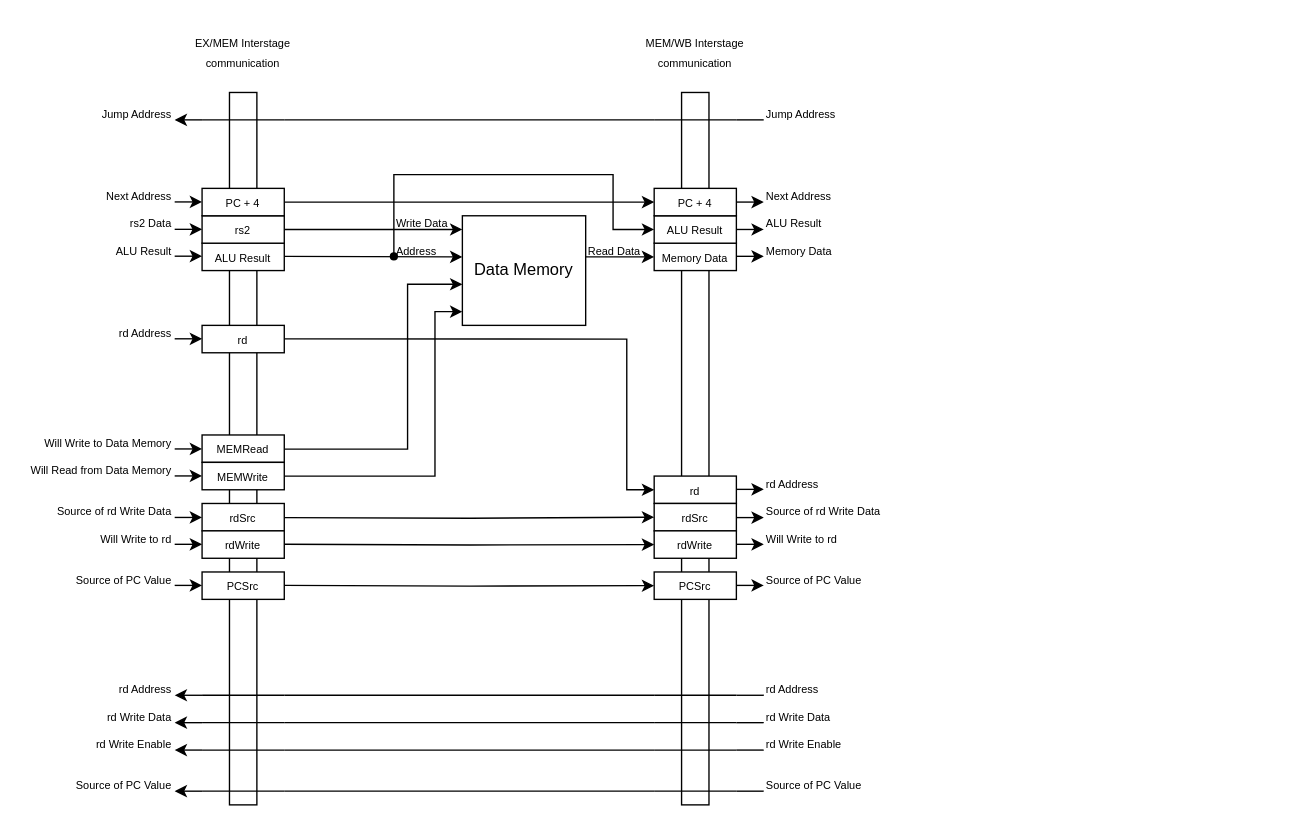
Above: page "Memory stage" (5 of 6) of docs/imgs/microarchitecture/datapath.drawio in WachirawichN/C0-CPU (draw.io), before the change. Source tidied: cells renumbered, new cells numbered last; positions are measured from the earlier drawing's top-left corner, leaving out a move shared by most shapes. Both pictures are drawn from the tidied source at 137%, with x=0, y=0 at pixel (23, 23).
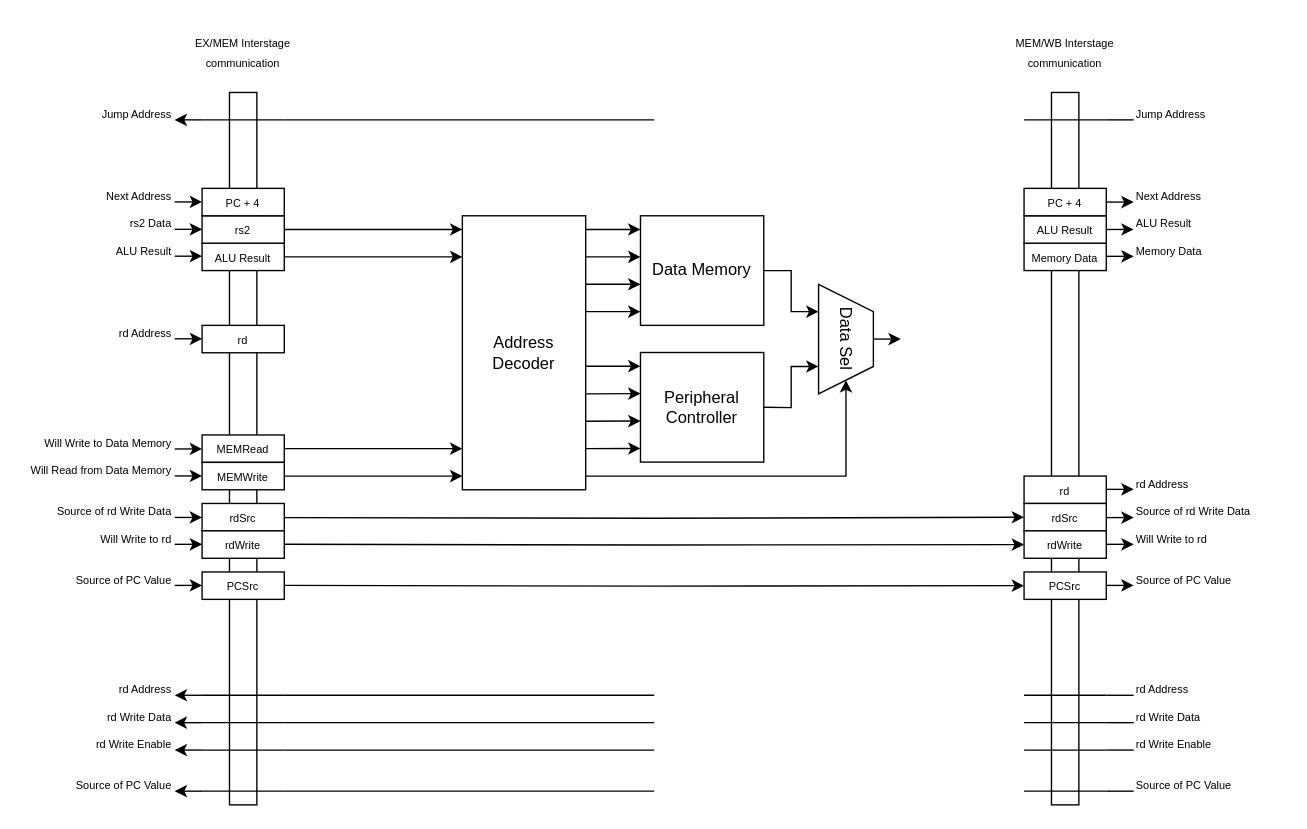
Above is the later version.

Commit message (it also covers changes not shown here):
Fix a total of 1 typo.

Unchanged cells that the change refers to:
```xml
<mxCell id="38" value="&lt;font style=&quot;font-size: 8px;&quot;&gt;ALU Result&lt;/font&gt;" style="rounded=0;whiteSpace=wrap;html=1;strokeColor=light-dark(#000000,#FFFFFF);fillColor=light-dark(#FFFFFF,#000000);" parent="30" vertex="1">
  <mxGeometry x="10" y="160" width="60" height="20" as="geometry" />
</mxCell>
<mxCell id="39" value="&lt;font style=&quot;font-size: 8px;&quot;&gt;rs2&lt;/font&gt;" style="rounded=0;whiteSpace=wrap;html=1;strokeColor=light-dark(#000000,#FFFFFF);fillColor=light-dark(#FFFFFF,#000000);" parent="30" vertex="1">
  <mxGeometry x="10" y="140" width="60" height="20" as="geometry" />
</mxCell>
<mxCell id="40" value="&lt;font style=&quot;font-size: 8px;&quot;&gt;PC + 4&lt;/font&gt;" style="rounded=0;whiteSpace=wrap;html=1;strokeColor=light-dark(#000000,#FFFFFF);fillColor=light-dark(#FFFFFF,#000000);" parent="30" vertex="1">
  <mxGeometry x="10" y="120" width="60" height="20" as="geometry" />
</mxCell>
<mxCell id="43" value="&lt;font style=&quot;font-size: 8px;&quot;&gt;MEMWrite&lt;/font&gt;" style="rounded=0;whiteSpace=wrap;html=1;strokeColor=light-dark(#000000,#FFFFFF);fillColor=light-dark(#FFFFFF,#000000);" parent="30" vertex="1">
  <mxGeometry x="10" y="320" width="60" height="20" as="geometry" />
</mxCell>
<mxCell id="100" value="&lt;font style=&quot;font-size: 8px;&quot;&gt;rd&lt;/font&gt;" style="rounded=0;whiteSpace=wrap;html=1;strokeColor=light-dark(#000000,#FFFFFF);fillColor=light-dark(#FFFFFF,#000000);" parent="89" vertex="1">
  <mxGeometry x="10" y="330" width="60" height="20" as="geometry" />
</mxCell>
```

The edit, as a diff of the source:
```diff
@@
-    <mxCell id="2" style="endArrow=classic;html=1;rounded=0;exitX=1;exitY=0.5;exitDx=0;exitDy=0;" parent="1" edge="1" source="40">
-      <mxGeometry relative="1" as="geometry">
-        <mxPoint x="460" y="130" as="targetPoint" />
-      </mxGeometry>
-    </mxCell>
-    <mxCell id="3" style="endArrow=classic;html=1;rounded=0;exitX=1;exitY=0.5;exitDx=0;exitDy=0;entryX=0;entryY=0.125;entryDx=0;entryDy=0;entryPerimeter=0;" parent="1" edge="1" target="56">
-      <mxGeometry relative="1" as="geometry">
-        <mxPoint x="190" y="150" as="sourcePoint" />
-      </mxGeometry>
-    </mxCell>
-    <mxCell id="4" style="endArrow=classic;html=1;rounded=0;exitX=1;exitY=0.5;exitDx=0;exitDy=0;" parent="1" edge="1">
-      <mxGeometry relative="1" as="geometry">
-        <mxPoint x="190" y="169.6" as="sourcePoint" />
-        <mxPoint x="320" y="170" as="targetPoint" />
-      </mxGeometry>
-    </mxCell>
-    <mxCell id="5" style="endArrow=classic;html=1;rounded=0;exitX=1;exitY=0.5;exitDx=0;exitDy=0;entryX=0;entryY=0.5;entryDx=0;entryDy=0;" parent="1" edge="1" target="100">
-      <mxGeometry relative="1" as="geometry">
-        <mxPoint x="190" y="229.9" as="sourcePoint" />
-        <Array as="points">
-          <mxPoint x="440" y="230" />
-          <mxPoint x="440" y="340" />
-        </Array>
-      </mxGeometry>
-    </mxCell>
@@
-    <mxCell id="10" style="edgeStyle=orthogonalEdgeStyle;rounded=0;orthogonalLoop=1;jettySize=auto;html=1;" parent="1" edge="1">
-      <mxGeometry relative="1" as="geometry">
-        <mxPoint x="190" y="330" as="sourcePoint" />
-        <mxPoint x="320" y="210" as="targetPoint" />
-        <Array as="points">
-          <mxPoint x="300" y="330" />
-          <mxPoint x="300" y="210" />
-        </Array>
-      </mxGeometry>
-    </mxCell>
@@
-    <mxCell id="12" style="edgeStyle=orthogonalEdgeStyle;rounded=0;jettySize=auto;html=1;entryX=0;entryY=0.625;entryDx=0;entryDy=0;entryPerimeter=0;" parent="1" edge="1" target="56">
-      <mxGeometry relative="1" as="geometry">
-        <mxPoint x="190" y="310.3" as="sourcePoint" />
-        <Array as="points">
-          <mxPoint x="280" y="310.3" />
-          <mxPoint x="280" y="190" />
-        </Array>
-      </mxGeometry>
-    </mxCell>
@@
-    <mxCell id="56" value="Data Memory" style="rounded=0;whiteSpace=wrap;html=1;fillColor=light-dark(#FFFFFF,#000000);" parent="1" vertex="1">
-      <mxGeometry x="320" y="140" width="90" height="80" as="geometry" />
-    </mxCell>
-    <mxCell id="57" style="shape=waypoint;sketch=0;fillStyle=solid;size=6;points=[];fillColor=none;perimeter=centerPerimeter;snapToPoint=1;" parent="1" vertex="1">
-      <mxGeometry x="260" y="159.7" width="20" height="20" as="geometry" />
-    </mxCell>
-    <mxCell id="58" style="endArrow=classic;html=1;rounded=0;exitX=1;exitY=0.375;exitDx=0;exitDy=0;exitPerimeter=0;" parent="1" edge="1" source="56">
-      <mxGeometry relative="1" as="geometry">
-        <mxPoint x="460" y="170" as="targetPoint" />
-      </mxGeometry>
-    </mxCell>
-    <mxCell id="59" style="endArrow=classic;html=1;rounded=0;" parent="1" edge="1" source="57">
-      <mxGeometry relative="1" as="geometry">
-        <mxPoint x="460" y="150" as="targetPoint" />
-        <Array as="points">
-          <mxPoint x="270" y="110" />
-          <mxPoint x="430" y="110" />
-          <mxPoint x="430" y="150" />
-        </Array>
-      </mxGeometry>
-    </mxCell>
     <mxCell id="60" style="endArrow=none;html=1;rounded=0;" parent="1" edge="1">
       <mxGeometry relative="1" as="geometry">
-        <mxPoint x="520" y="560" as="sourcePoint" />
-        <mxPoint x="540" y="560" as="targetPoint" />
+        <mxPoint x="790" y="560" as="sourcePoint" />
+        <mxPoint x="810" y="560" as="targetPoint" />
       </mxGeometry>
     </mxCell>
     <mxCell id="61" style="endArrow=none;html=1;rounded=0;" parent="1" edge="1">
       <mxGeometry relative="1" as="geometry">
-        <mxPoint x="520" y="530" as="sourcePoint" />
-        <mxPoint x="540" y="530" as="targetPoint" />
+        <mxPoint x="790" y="530" as="sourcePoint" />
+        <mxPoint x="810" y="530" as="targetPoint" />
       </mxGeometry>
     </mxCell>
     <mxCell id="62" style="endArrow=none;html=1;rounded=0;" parent="1" edge="1">
       <mxGeometry relative="1" as="geometry">
-        <mxPoint x="520" y="510" as="sourcePoint" />
-        <mxPoint x="540" y="510" as="targetPoint" />
+        <mxPoint x="790" y="510" as="sourcePoint" />
+        <mxPoint x="810" y="510" as="targetPoint" />
       </mxGeometry>
     </mxCell>
     <mxCell id="63" style="endArrow=none;html=1;rounded=0;" parent="1" edge="1">
       <mxGeometry relative="1" as="geometry">
-        <mxPoint x="520" y="490" as="sourcePoint" />
-        <mxPoint x="540" y="490" as="targetPoint" />
+        <mxPoint x="790" y="490" as="sourcePoint" />
+        <mxPoint x="810" y="490" as="targetPoint" />
       </mxGeometry>
     </mxCell>
     <mxCell id="64" style="endArrow=none;html=1;rounded=0;" parent="1" edge="1">
       <mxGeometry relative="1" as="geometry">
-        <mxPoint x="520" y="70" as="sourcePoint" />
-        <mxPoint x="540" y="70" as="targetPoint" />
+        <mxPoint x="790" y="70" as="sourcePoint" />
+        <mxPoint x="810" y="70" as="targetPoint" />
       </mxGeometry>
     </mxCell>
     <mxCell id="65" style="endArrow=classic;html=1;rounded=0;exitX=1;exitY=0.5;exitDx=0;exitDy=0;" parent="1" edge="1">
       <mxGeometry relative="1" as="geometry">
-        <mxPoint x="520" y="130" as="sourcePoint" />
-        <mxPoint x="540" y="130" as="targetPoint" />
+        <mxPoint x="790" y="130" as="sourcePoint" />
+        <mxPoint x="810" y="130" as="targetPoint" />
       </mxGeometry>
     </mxCell>
     <mxCell id="66" style="endArrow=classic;html=1;rounded=0;exitX=1;exitY=0.5;exitDx=0;exitDy=0;" parent="1" edge="1">
       <mxGeometry relative="1" as="geometry">
-        <mxPoint x="520" y="150" as="sourcePoint" />
-        <mxPoint x="540" y="150" as="targetPoint" />
+        <mxPoint x="790" y="150" as="sourcePoint" />
+        <mxPoint x="810" y="150" as="targetPoint" />
       </mxGeometry>
     </mxCell>
     <mxCell id="67" style="endArrow=classic;html=1;rounded=0;exitX=1;exitY=0.5;exitDx=0;exitDy=0;" parent="1" edge="1">
       <mxGeometry relative="1" as="geometry">
-        <mxPoint x="520" y="169.6" as="sourcePoint" />
-        <mxPoint x="540" y="169.6" as="targetPoint" />
+        <mxPoint x="790" y="169.6" as="sourcePoint" />
+        <mxPoint x="810" y="169.6" as="targetPoint" />
       </mxGeometry>
     </mxCell>
     <mxCell id="68" style="endArrow=classic;html=1;rounded=0;exitX=1;exitY=0.5;exitDx=0;exitDy=0;" parent="1" edge="1">
       <mxGeometry relative="1" as="geometry">
-        <mxPoint x="520" y="339.7" as="sourcePoint" />
-        <mxPoint x="540" y="339.7" as="targetPoint" />
+        <mxPoint x="790" y="339.7" as="sourcePoint" />
+        <mxPoint x="810" y="339.7" as="targetPoint" />
       </mxGeometry>
     </mxCell>
     <mxCell id="69" style="edgeStyle=orthogonalEdgeStyle;rounded=0;orthogonalLoop=1;jettySize=auto;html=1;entryX=0;entryY=1;entryDx=0;entryDy=0;" parent="1" edge="1">
       <mxGeometry relative="1" as="geometry">
-        <mxPoint x="520" y="360.3" as="sourcePoint" />
-        <mxPoint x="540" y="360.6" as="targetPoint" />
+        <mxPoint x="790" y="360.3" as="sourcePoint" />
+        <mxPoint x="810" y="360.6" as="targetPoint" />
       </mxGeometry>
     </mxCell>
     <mxCell id="70" style="edgeStyle=orthogonalEdgeStyle;rounded=0;orthogonalLoop=1;jettySize=auto;html=1;entryX=0;entryY=1;entryDx=0;entryDy=0;" parent="1" edge="1">
       <mxGeometry relative="1" as="geometry">
-        <mxPoint x="520" y="379.8" as="sourcePoint" />
-        <mxPoint x="540" y="380.1" as="targetPoint" />
+        <mxPoint x="790" y="379.8" as="sourcePoint" />
+        <mxPoint x="810" y="380.1" as="targetPoint" />
       </mxGeometry>
     </mxCell>
     <mxCell id="71" style="edgeStyle=orthogonalEdgeStyle;rounded=0;orthogonalLoop=1;jettySize=auto;html=1;entryX=0;entryY=1;entryDx=0;entryDy=0;" parent="1" edge="1">
       <mxGeometry relative="1" as="geometry">
-        <mxPoint x="520" y="409.8" as="sourcePoint" />
-        <mxPoint x="540" y="410.1" as="targetPoint" />
+        <mxPoint x="790" y="409.8" as="sourcePoint" />
+        <mxPoint x="810" y="410.1" as="targetPoint" />
       </mxGeometry>
     </mxCell>
     <mxCell id="72" value="&lt;font style=&quot;font-size: 8px;&quot;&gt;rd Address&lt;/font&gt;" style="text;html=1;whiteSpace=wrap;strokeColor=none;fillColor=none;align=left;verticalAlign=middle;rounded=0;" parent="1" vertex="1">
-      <mxGeometry x="540" y="480.1" width="110" height="10" as="geometry" />
+      <mxGeometry x="810" y="480.1" width="110" height="10" as="geometry" />
     </mxCell>
     <mxCell id="73" value="&lt;font style=&quot;font-size: 8px;&quot;&gt;rd Write Data&lt;/font&gt;" style="text;html=1;whiteSpace=wrap;strokeColor=none;fillColor=none;align=left;verticalAlign=middle;rounded=0;" parent="1" vertex="1">
-      <mxGeometry x="540" y="500.1" width="110" height="10" as="geometry" />
+      <mxGeometry x="810" y="500.1" width="110" height="10" as="geometry" />
     </mxCell>
     <mxCell id="74" value="&lt;font style=&quot;font-size: 8px;&quot;&gt;rd Write Enable&lt;/font&gt;" style="text;html=1;whiteSpace=wrap;strokeColor=none;fillColor=none;align=left;verticalAlign=middle;rounded=0;" parent="1" vertex="1">
-      <mxGeometry x="540" y="520.1" width="110" height="10" as="geometry" />
+      <mxGeometry x="810" y="520.1" width="110" height="10" as="geometry" />
     </mxCell>
     <mxCell id="75" value="&lt;span style=&quot;font-size: 8px;&quot;&gt;Source of PC Value&lt;/span&gt;" style="text;html=1;whiteSpace=wrap;strokeColor=none;fillColor=none;align=left;verticalAlign=middle;rounded=0;" parent="1" vertex="1">
-      <mxGeometry x="540" y="550.1" width="110" height="10" as="geometry" />
+      <mxGeometry x="810" y="550.1" width="110" height="10" as="geometry" />
     </mxCell>
     <mxCell id="76" value="&lt;span style=&quot;font-size: 8px;&quot;&gt;Source of rd Write Data&lt;/span&gt;" style="text;html=1;whiteSpace=wrap;strokeColor=none;fillColor=none;align=left;verticalAlign=middle;rounded=0;" parent="1" vertex="1">
-      <mxGeometry x="540" y="350.3" width="110" height="10" as="geometry" />
+      <mxGeometry x="810" y="350.3" width="110" height="10" as="geometry" />
     </mxCell>
     <mxCell id="77" value="&lt;span style=&quot;font-size: 8px;&quot;&gt;Will Write to rd&lt;/span&gt;" style="text;html=1;whiteSpace=wrap;strokeColor=none;fillColor=none;align=left;verticalAlign=middle;rounded=0;" parent="1" vertex="1">
-      <mxGeometry x="540" y="369.8" width="110" height="10" as="geometry" />
+      <mxGeometry x="810" y="369.8" width="110" height="10" as="geometry" />
     </mxCell>
     <mxCell id="78" value="&lt;span style=&quot;font-size: 8px;&quot;&gt;Source of PC Value&lt;/span&gt;" style="text;html=1;whiteSpace=wrap;strokeColor=none;fillColor=none;align=left;verticalAlign=middle;rounded=0;" parent="1" vertex="1">
-      <mxGeometry x="540" y="399.8" width="110" height="10" as="geometry" />
+      <mxGeometry x="810" y="399.8" width="110" height="10" as="geometry" />
     </mxCell>
     <mxCell id="79" value="&lt;span style=&quot;font-size: 8px; text-align: center;&quot;&gt;ALU Result&lt;/span&gt;" style="text;html=1;whiteSpace=wrap;strokeColor=none;fillColor=none;align=left;verticalAlign=middle;rounded=0;" parent="1" vertex="1">
-      <mxGeometry x="540" y="140" width="110" height="10" as="geometry" />
+      <mxGeometry x="810" y="140" width="110" height="10" as="geometry" />
     </mxCell>
     <mxCell id="80" value="&lt;span style=&quot;font-size: 8px;&quot;&gt;rd Address&lt;/span&gt;" style="text;html=1;whiteSpace=wrap;strokeColor=none;fillColor=none;align=left;verticalAlign=middle;rounded=0;" parent="1" vertex="1">
-      <mxGeometry x="540" y="330" width="110" height="10" as="geometry" />
+      <mxGeometry x="810" y="330" width="110" height="10" as="geometry" />
     </mxCell>
     <mxCell id="81" value="&lt;span style=&quot;font-size: 8px;&quot;&gt;Next Address&lt;/span&gt;" style="text;html=1;whiteSpace=wrap;strokeColor=none;fillColor=none;align=left;verticalAlign=middle;rounded=0;" parent="1" vertex="1">
-      <mxGeometry x="540" y="120" width="110" height="10" as="geometry" />
+      <mxGeometry x="810" y="120" width="110" height="10" as="geometry" />
     </mxCell>
     <mxCell id="82" value="&lt;span style=&quot;font-size: 8px; text-align: center;&quot;&gt;Memory Data&lt;/span&gt;" style="text;html=1;whiteSpace=wrap;strokeColor=none;fillColor=none;align=left;verticalAlign=middle;rounded=0;" parent="1" vertex="1">
-      <mxGeometry x="540" y="159.7" width="110" height="10" as="geometry" />
+      <mxGeometry x="810" y="159.7" width="110" height="10" as="geometry" />
     </mxCell>
     <mxCell id="83" value="&lt;span style=&quot;font-size: 8px;&quot;&gt;Jump Address&lt;/span&gt;" style="text;html=1;whiteSpace=wrap;strokeColor=none;fillColor=none;align=left;verticalAlign=middle;rounded=0;" parent="1" vertex="1">
-      <mxGeometry x="540" y="60" width="110" height="10" as="geometry" />
+      <mxGeometry x="810" y="60" width="110" height="10" as="geometry" />
     </mxCell>
@@
     <mxCell id="89" style="group;" parent="1" vertex="1">
-      <mxGeometry x="450" width="80" height="570" as="geometry" />
+      <mxGeometry x="720" width="80" height="570" as="geometry" />
     </mxCell>
@@
-    <mxCell id="104" value="&lt;span style=&quot;font-size: 8px; text-align: center;&quot;&gt;Read Data&lt;/span&gt;" style="text;html=1;whiteSpace=wrap;strokeColor=none;fillColor=none;align=left;verticalAlign=middle;rounded=0;" parent="1" vertex="1">
-      <mxGeometry x="410" y="159.7" width="50" height="10" as="geometry" />
-    </mxCell>
-    <mxCell id="105" value="&lt;span style=&quot;font-size: 8px; text-align: center;&quot;&gt;Address&lt;/span&gt;" style="text;html=1;whiteSpace=wrap;strokeColor=none;fillColor=none;align=left;verticalAlign=middle;rounded=0;" parent="1" vertex="1">
-      <mxGeometry x="270" y="159.7" width="30" height="10" as="geometry" />
-    </mxCell>
-    <mxCell id="106" value="&lt;span style=&quot;font-size: 8px; text-align: center;&quot;&gt;Write Data&lt;/span&gt;" style="text;html=1;whiteSpace=wrap;strokeColor=none;fillColor=none;align=left;verticalAlign=middle;rounded=0;" parent="1" vertex="1">
-      <mxGeometry x="270" y="140" width="40" height="10" as="geometry" />
-    </mxCell>
+    <mxCell id="107" value="Address Decoder" style="rounded=0;whiteSpace=wrap;html=1;fillColor=light-dark(#FFFFFF,#000000);" parent="1" vertex="1">
+      <mxGeometry x="320" y="140" width="90" height="200" as="geometry" />
+    </mxCell>
+    <mxCell id="56" value="Data Memory" style="rounded=0;whiteSpace=wrap;html=1;fillColor=light-dark(#FFFFFF,#000000);" parent="1" vertex="1">
+      <mxGeometry x="450" y="140" width="90" height="80" as="geometry" />
+    </mxCell>
+    <mxCell id="108" style="endArrow=classic;html=1;rounded=0;entryX=0;entryY=0.125;entryDx=0;entryDy=0;entryPerimeter=0;exitX=1;exitY=0.05;exitDx=0;exitDy=0;exitPerimeter=0;" parent="1" edge="1" source="107" target="56">
+      <mxGeometry relative="1" as="geometry" />
+    </mxCell>
+    <mxCell id="109" style="endArrow=classic;html=1;rounded=0;entryX=0;entryY=0.375;entryDx=0;entryDy=0;entryPerimeter=0;" parent="1" edge="1" target="56">
+      <mxGeometry relative="1" as="geometry">
+        <mxPoint x="410" y="170" as="sourcePoint" />
+      </mxGeometry>
+    </mxCell>
+    <mxCell id="110" style="endArrow=classic;html=1;rounded=0;entryX=0;entryY=0.625;entryDx=0;entryDy=0;entryPerimeter=0;exitX=1;exitY=0.25;exitDx=0;exitDy=0;" parent="1" edge="1" source="107" target="56">
+      <mxGeometry relative="1" as="geometry" />
+    </mxCell>
+    <mxCell id="111" style="endArrow=classic;html=1;rounded=0;entryX=0;entryY=0.875;entryDx=0;entryDy=0;entryPerimeter=0;exitX=1;exitY=0.35;exitDx=0;exitDy=0;exitPerimeter=0;" parent="1" edge="1" source="107" target="56">
+      <mxGeometry relative="1" as="geometry" />
+    </mxCell>
+    <mxCell id="112" value="Peripheral Controller" style="rounded=0;whiteSpace=wrap;html=1;fillColor=light-dark(#FFFFFF,#000000);" parent="1" vertex="1">
+      <mxGeometry x="450" y="239.8" width="90" height="80" as="geometry" />
+    </mxCell>
+    <mxCell id="113" style="endArrow=classic;html=1;rounded=0;entryX=0;entryY=0.125;entryDx=0;entryDy=0;entryPerimeter=0;exitX=1;exitY=0.549;exitDx=0;exitDy=0;exitPerimeter=0;" parent="1" edge="1" source="107" target="112">
+      <mxGeometry relative="1" as="geometry" />
+    </mxCell>
+    <mxCell id="114" style="endArrow=classic;html=1;rounded=0;entryX=0;entryY=0.375;entryDx=0;entryDy=0;entryPerimeter=0;exitX=1;exitY=0.65;exitDx=0;exitDy=0;exitPerimeter=0;" parent="1" edge="1" source="107" target="112">
+      <mxGeometry relative="1" as="geometry" />
+    </mxCell>
+    <mxCell id="115" style="endArrow=classic;html=1;rounded=0;entryX=0;entryY=0.625;entryDx=0;entryDy=0;entryPerimeter=0;exitX=1;exitY=0.75;exitDx=0;exitDy=0;" parent="1" edge="1" source="107" target="112">
+      <mxGeometry relative="1" as="geometry" />
+    </mxCell>
+    <mxCell id="116" style="endArrow=classic;html=1;rounded=0;entryX=0;entryY=0.875;entryDx=0;entryDy=0;entryPerimeter=0;exitX=1;exitY=0.85;exitDx=0;exitDy=0;exitPerimeter=0;" parent="1" edge="1" source="107" target="112">
+      <mxGeometry relative="1" as="geometry" />
+    </mxCell>
+    <mxCell id="117" style="endArrow=classic;html=1;rounded=0;exitX=1;exitY=0.95;exitDx=0;exitDy=0;exitPerimeter=0;entryX=1;entryY=0.5;entryDx=0;entryDy=0;" parent="1" edge="1" source="107" target="118">
+      <mxGeometry relative="1" as="geometry">
+        <Array as="points">
+          <mxPoint x="600" y="330" />
+        </Array>
+      </mxGeometry>
+    </mxCell>
+    <mxCell id="118" value="Data Sel" style="shape=trapezoid;perimeter=trapezoidPerimeter;whiteSpace=wrap;html=1;shapeInside=1;fixedSize=1;fillColor=light-dark(#FFFFFF,#000000);rotation=90;" parent="1" vertex="1">
+      <mxGeometry x="560" y="210" width="80" height="40" as="geometry" />
+    </mxCell>
+    <mxCell id="119" style="endArrow=classic;html=1;rounded=0;exitX=1;exitY=0.5;exitDx=0;exitDy=0;entryX=0.25;entryY=1;entryDx=0;entryDy=0;" parent="1" edge="1" source="56" target="118">
+      <mxGeometry relative="1" as="geometry">
+        <Array as="points">
+          <mxPoint x="560" y="180" />
+          <mxPoint x="560" y="210" />
+        </Array>
+      </mxGeometry>
+    </mxCell>
+    <mxCell id="120" style="endArrow=classic;html=1;rounded=0;exitX=1;exitY=0.5;exitDx=0;exitDy=0;entryX=0.75;entryY=1;entryDx=0;entryDy=0;" parent="1" edge="1" source="112" target="118">
+      <mxGeometry relative="1" as="geometry">
+        <Array as="points">
+          <mxPoint x="560" y="280" />
+          <mxPoint x="560" y="250" />
+        </Array>
+      </mxGeometry>
+    </mxCell>
+    <mxCell id="121" style="endArrow=classic;html=1;rounded=0;exitX=0.5;exitY=0;exitDx=0;exitDy=0;" parent="1" edge="1" source="118">
+      <mxGeometry relative="1" as="geometry">
+        <mxPoint x="640" y="230" as="targetPoint" />
+      </mxGeometry>
+    </mxCell>
+    <mxCell id="122" style="endArrow=classic;html=1;rounded=0;exitX=1;exitY=0.5;exitDx=0;exitDy=0;entryX=0;entryY=0.95;entryDx=0;entryDy=0;entryPerimeter=0;" parent="1" edge="1" source="43" target="107">
+      <mxGeometry relative="1" as="geometry" />
+    </mxCell>
+    <mxCell id="123" style="endArrow=classic;html=1;rounded=0;entryX=0;entryY=0.85;entryDx=0;entryDy=0;entryPerimeter=0;" parent="1" edge="1" target="107">
+      <mxGeometry relative="1" as="geometry">
+        <mxPoint x="190" y="310" as="sourcePoint" />
+      </mxGeometry>
+    </mxCell>
+    <mxCell id="124" style="endArrow=classic;html=1;rounded=0;exitX=1;exitY=0.5;exitDx=0;exitDy=0;entryX=0;entryY=0.15;entryDx=0;entryDy=0;entryPerimeter=0;" parent="1" edge="1" source="38" target="107">
+      <mxGeometry relative="1" as="geometry" />
+    </mxCell>
+    <mxCell id="125" style="endArrow=classic;html=1;rounded=0;exitX=1;exitY=0.5;exitDx=0;exitDy=0;entryX=0;entryY=0.05;entryDx=0;entryDy=0;entryPerimeter=0;" parent="1" edge="1" source="39" target="107">
+      <mxGeometry relative="1" as="geometry" />
+    </mxCell>
```
